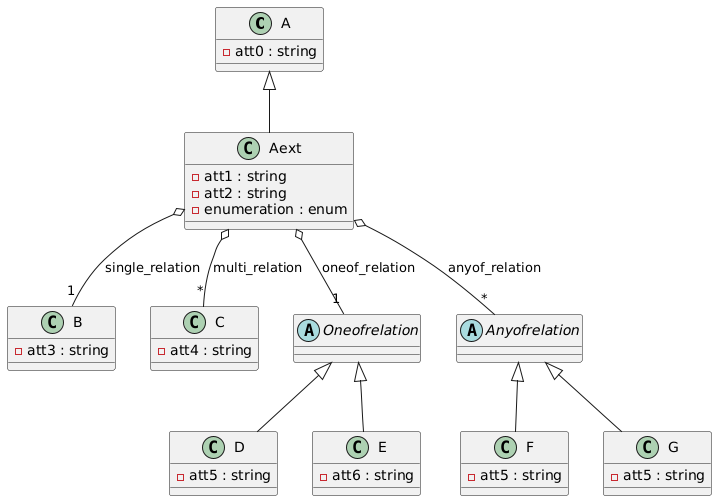
Earlier version of the PlantUML export diagram.png (avzdk/openapi2uml).
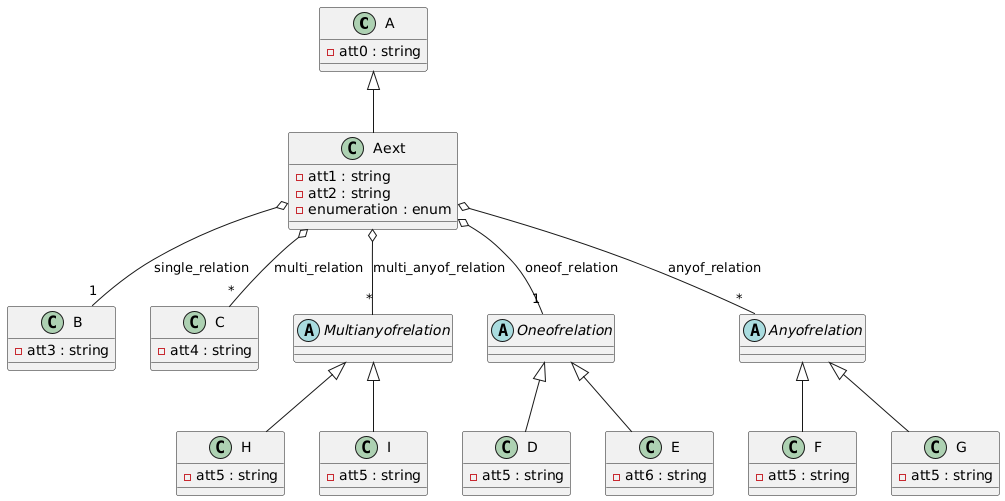
The same diagram one commit later.

Commit message:
Håndtering af MultiAnyOfRelation

Change to the diagram source:
```diff
@@ -25,10 +25,21 @@
 class G {
     -att5 : string
 }
+class H {
+    -att5 : string
+}
+class I {
+    -att5 : string
+}
+abstract class Multianyofrelation {
+}
 abstract class Oneofrelation {
 }
 abstract class Anyofrelation {
 }
+Aext o-- "*" Multianyofrelation : multi_anyof_relation
+Multianyofrelation <|-- I
+Multianyofrelation <|-- H
 Aext o-- "1" B : single_relation
 Aext o-- "*" C : multi_relation
 Aext o-- "1" Oneofrelation : oneof_relation
```
